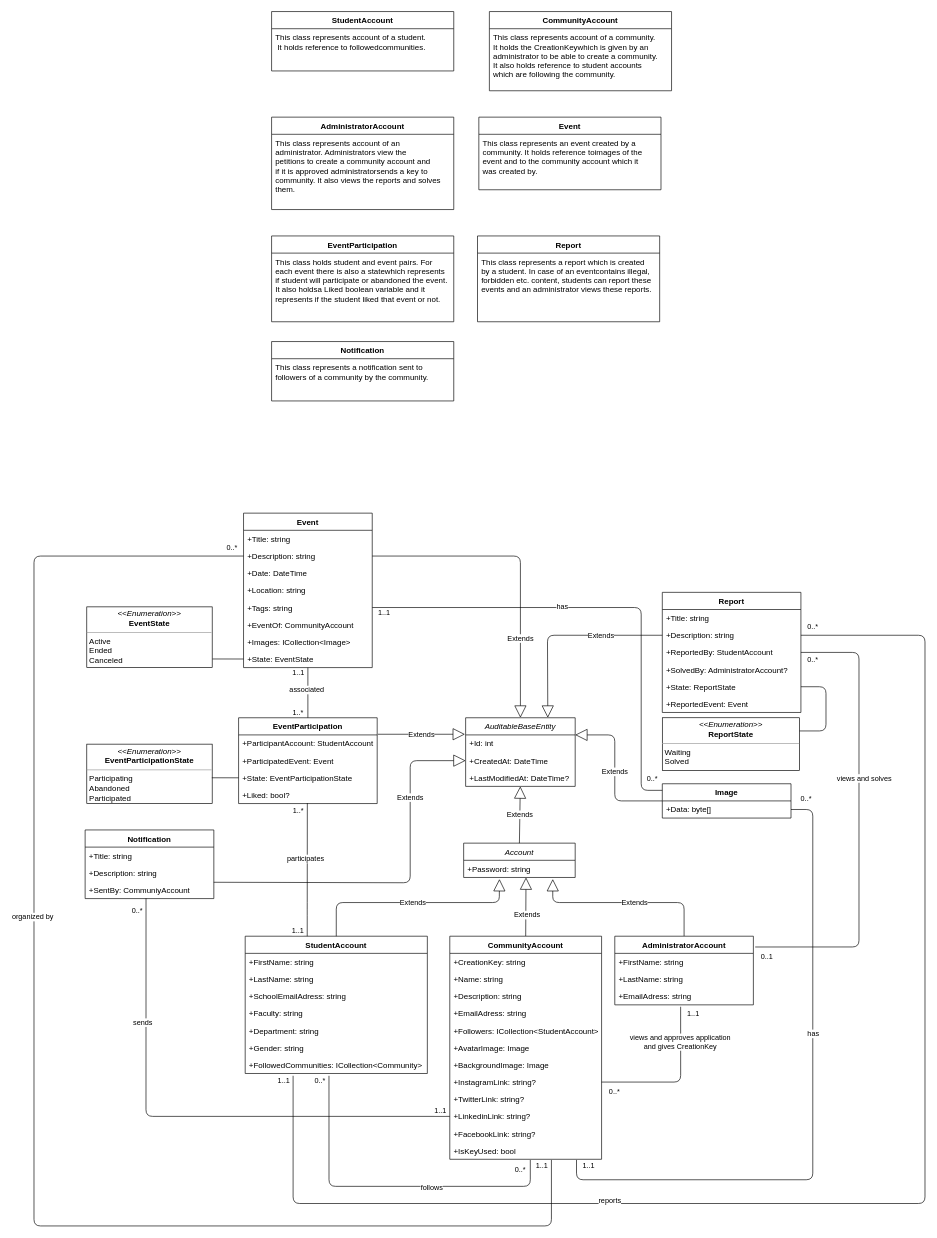
The draw.io diagram class_diagram_section/class_diagram.drawio in MustafaKANLI/BildirWebPublic, before the edit. Source tidied: cells renumbered, new cells numbered last; positions are measured from the earlier drawing's top-left corner, leaving out a move shared by most shapes. Both pictures are drawn from the tidied source at 66%, with x=0, y=0 at pixel (34, 11).
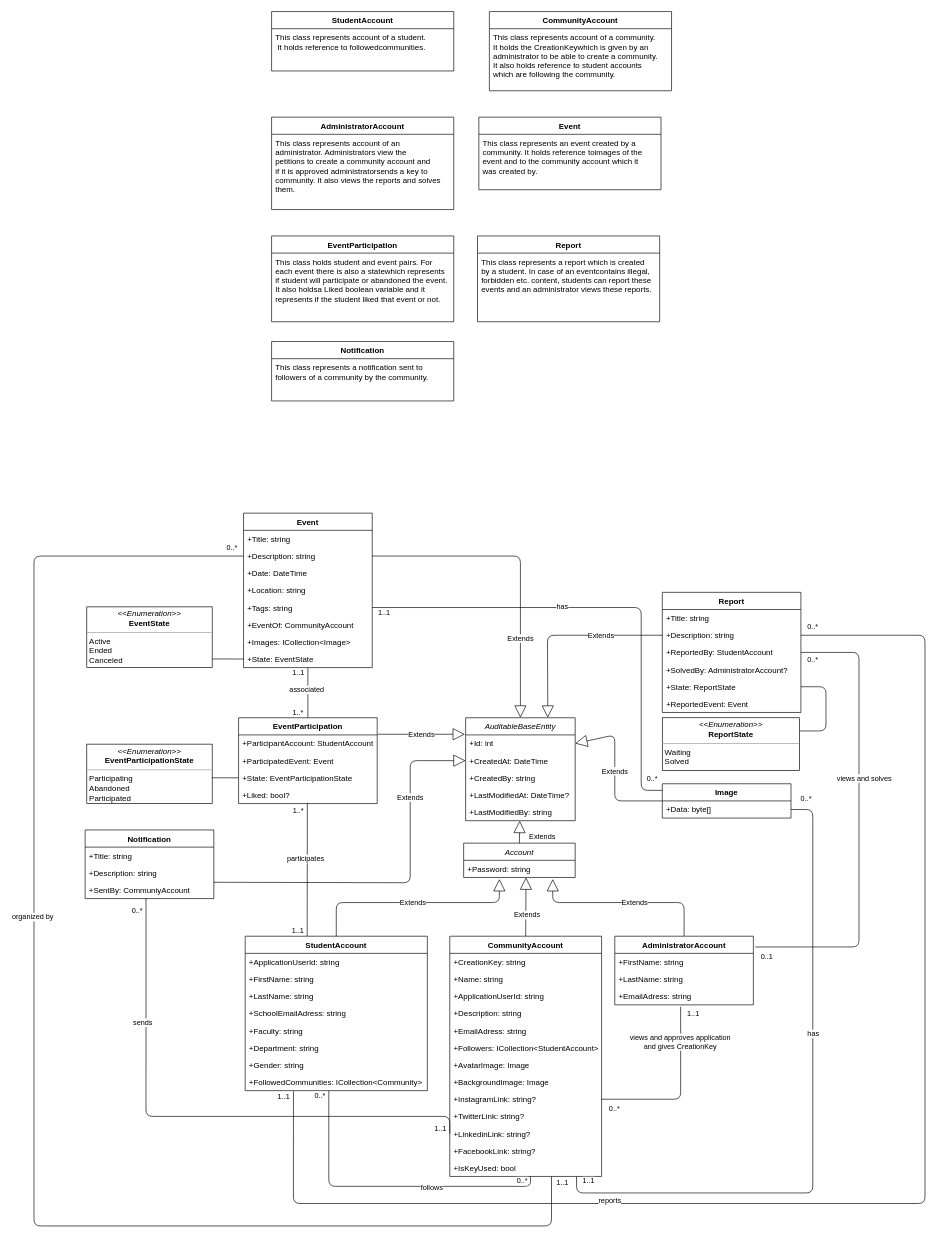
After the change.

Commit message:
Accounts updated, ApplicationUserId added

The change refers to these unchanged cells:
```xml
<mxCell id="6" value="Account" style="swimlane;fontStyle=2;align=center;verticalAlign=top;horizontal=1;startSize=26;" parent="1" vertex="1">
  <mxGeometry x="651" y="1260" width="169" height="52" as="geometry" />
</mxCell>
<mxCell id="23" value="+EmailAdress: string" style="text;strokeColor=none;fillColor=none;align=left;verticalAlign=top;spacingLeft=4;spacingRight=4;overflow=hidden;points=[[0,0.5],[1,0.5]];portConstraint=eastwest;" parent="20" vertex="1">
  <mxGeometry y="78" width="210" height="26" as="geometry" />
</mxCell>
<mxCell id="52" value="+Data: byte[]" style="text;strokeColor=none;fillColor=none;align=left;verticalAlign=top;spacingLeft=4;spacingRight=4;overflow=hidden;points=[[0,0.5],[1,0.5]];portConstraint=eastwest;" parent="51" vertex="1">
  <mxGeometry y="26" width="195" height="26" as="geometry" />
</mxCell>
<mxCell id="59" value="+Description: string" style="text;strokeColor=none;fillColor=none;align=left;verticalAlign=top;spacingLeft=4;spacingRight=4;overflow=hidden;points=[[0,0.5],[1,0.5]];portConstraint=eastwest;" parent="57" vertex="1">
  <mxGeometry y="52" width="195" height="26" as="geometry" />
</mxCell>
<mxCell id="101" value="+Description: string" style="text;strokeColor=none;fillColor=none;align=left;verticalAlign=top;spacingLeft=4;spacingRight=4;overflow=hidden;points=[[0,0.5],[1,0.5]];portConstraint=eastwest;" parent="99" vertex="1">
  <mxGeometry y="52" width="210" height="26" as="geometry" />
</mxCell>
```

Diff of the diagram source:
```diff
@@
     <mxCell id="2" value="AuditableBaseEntity" style="swimlane;fontStyle=2;align=center;verticalAlign=top;horizontal=1;startSize=26;rounded=0;shadow=0;strokeWidth=1;" parent="1" vertex="1">
-      <mxGeometry x="654" y="1070" width="166" height="104" as="geometry" />
+      <mxGeometry x="654" y="1070" width="166" height="156" as="geometry" />
     </mxCell>
@@
+    <mxCell id="129" value="+CreatedBy: string" style="text;align=left;verticalAlign=top;spacingLeft=4;spacingRight=4;overflow=hidden;rounded=0;shadow=0;html=0;" parent="2" vertex="1">
+      <mxGeometry y="78" width="166" height="26" as="geometry" />
+    </mxCell>
     <mxCell id="5" value="+LastModifiedAt: DateTime?" style="text;align=left;verticalAlign=top;spacingLeft=4;spacingRight=4;overflow=hidden;points=[[0,0.5],[1,0.5]];portConstraint=eastwest;rounded=0;shadow=0;html=0;" parent="2" vertex="1">
-      <mxGeometry y="78" width="166" height="26" as="geometry" />
+      <mxGeometry y="104" width="166" height="26" as="geometry" />
     </mxCell>
+    <mxCell id="130" value="+LastModifiedBy: string" style="text;align=left;verticalAlign=top;spacingLeft=4;spacingRight=4;overflow=hidden;points=[[0,0.5],[1,0.5]];portConstraint=eastwest;rounded=0;shadow=0;html=0;" parent="2" vertex="1">
+      <mxGeometry y="130" width="166" height="26" as="geometry" />
+    </mxCell>
@@
-    <mxCell id="8" value="Extends" style="endArrow=block;endSize=16;endFill=0;html=1;exitX=0.5;exitY=0;exitDx=0;exitDy=0;" parent="1" edge="1" source="6" target="5">
-      <mxGeometry relative="1" as="geometry" />
+    <mxCell id="8" value="Extends" style="endArrow=block;endSize=16;endFill=0;html=1;exitX=0.5;exitY=0;exitDx=0;exitDy=0;entryX=0.494;entryY=1.003;entryDx=0;entryDy=0;entryPerimeter=0;" parent="1" edge="1" source="6" target="130">
+      <mxGeometry x="-0.38" y="-34" relative="1" as="geometry" />
     </mxCell>
     <mxCell id="9" value="StudentAccount" style="swimlane;fontStyle=1;align=center;verticalAlign=top;horizontal=1;startSize=26;" parent="1" vertex="1">
-      <mxGeometry x="320" y="1401" width="276" height="208" as="geometry" />
+      <mxGeometry x="320" y="1401" width="276" height="234" as="geometry" />
     </mxCell>
+    <mxCell id="16" value="+ApplicationUserId: string" style="text;strokeColor=none;fillColor=none;align=left;verticalAlign=top;spacingLeft=4;spacingRight=4;overflow=hidden;points=[[0,0.5],[1,0.5]];portConstraint=eastwest;" parent="9" vertex="1">
+      <mxGeometry y="26" width="276" height="26" as="geometry" />
+    </mxCell>
     <mxCell id="10" value="+FirstName: string" style="text;strokeColor=none;fillColor=none;align=left;verticalAlign=top;spacingLeft=4;spacingRight=4;overflow=hidden;" parent="9" vertex="1">
-      <mxGeometry y="26" width="276" height="26" as="geometry" />
+      <mxGeometry y="52" width="276" height="26" as="geometry" />
     </mxCell>
     <mxCell id="11" value="+LastName: string" style="text;strokeColor=none;fillColor=none;align=left;verticalAlign=top;spacingLeft=4;spacingRight=4;overflow=hidden;" parent="9" vertex="1">
-      <mxGeometry y="52" width="276" height="26" as="geometry" />
+      <mxGeometry y="78" width="276" height="26" as="geometry" />
     </mxCell>
     <mxCell id="12" value="+SchoolEmailAdress: string" style="text;strokeColor=none;fillColor=none;align=left;verticalAlign=top;spacingLeft=4;spacingRight=4;overflow=hidden;" parent="9" vertex="1">
-      <mxGeometry y="78" width="276" height="26" as="geometry" />
+      <mxGeometry y="104" width="276" height="26" as="geometry" />
     </mxCell>
     <mxCell id="13" value="+Faculty: string" style="text;strokeColor=none;fillColor=none;align=left;verticalAlign=top;spacingLeft=4;spacingRight=4;overflow=hidden;" parent="9" vertex="1">
-      <mxGeometry y="104" width="276" height="26" as="geometry" />
+      <mxGeometry y="130" width="276" height="26" as="geometry" />
     </mxCell>
     <mxCell id="14" value="+Department: string" style="text;strokeColor=none;fillColor=none;align=left;verticalAlign=top;spacingLeft=4;spacingRight=4;overflow=hidden;" parent="9" vertex="1">
-      <mxGeometry y="130" width="276" height="26" as="geometry" />
+      <mxGeometry y="156" width="276" height="26" as="geometry" />
     </mxCell>
     <mxCell id="15" value="+Gender: string" style="text;strokeColor=none;fillColor=none;align=left;verticalAlign=top;spacingLeft=4;spacingRight=4;overflow=hidden;" parent="9" vertex="1">
-      <mxGeometry y="156" width="276" height="26" as="geometry" />
+      <mxGeometry y="182" width="276" height="26" as="geometry" />
     </mxCell>
-    <mxCell id="16" value="+FollowedCommunities: ICollection&lt;Community&gt;" style="text;strokeColor=none;fillColor=none;align=left;verticalAlign=top;spacingLeft=4;spacingRight=4;overflow=hidden;points=[[0,0.5],[1,0.5]];portConstraint=eastwest;" parent="9" vertex="1">
-      <mxGeometry y="182" width="276" height="26" as="geometry" />
-    </mxCell>
+    <mxCell id="131" value="+FollowedCommunities: ICollection&lt;Community&gt;" style="text;strokeColor=none;fillColor=none;align=left;verticalAlign=top;spacingLeft=4;spacingRight=4;overflow=hidden;points=[[0,0.5],[1,0.5]];portConstraint=eastwest;" parent="9" vertex="1">
+      <mxGeometry y="208" width="276" height="26" as="geometry" />
+    </mxCell>
@@
     <mxCell id="25" value="CommunityAccount" style="swimlane;fontStyle=1;align=center;verticalAlign=top;horizontal=1;startSize=26;" parent="1" vertex="1">
-      <mxGeometry x="630" y="1401" width="230" height="338" as="geometry" />
+      <mxGeometry x="630" y="1401" width="230" height="364" as="geometry" />
     </mxCell>
@@
+    <mxCell id="132" value="+ApplicationUserId: string" style="text;strokeColor=none;fillColor=none;align=left;verticalAlign=top;spacingLeft=4;spacingRight=4;overflow=hidden;" parent="25" vertex="1">
+      <mxGeometry y="78" width="230" height="26" as="geometry" />
+    </mxCell>
     <mxCell id="28" value="+Description: string" style="text;strokeColor=none;fillColor=none;align=left;verticalAlign=top;spacingLeft=4;spacingRight=4;overflow=hidden;" parent="25" vertex="1">
-      <mxGeometry y="78" width="230" height="26" as="geometry" />
+      <mxGeometry y="104" width="230" height="26" as="geometry" />
     </mxCell>
     <mxCell id="29" value="+EmailAdress: string" style="text;strokeColor=none;fillColor=none;align=left;verticalAlign=top;spacingLeft=4;spacingRight=4;overflow=hidden;" parent="25" vertex="1">
-      <mxGeometry y="104" width="230" height="26" as="geometry" />
+      <mxGeometry y="130" width="230" height="26" as="geometry" />
     </mxCell>
     <mxCell id="30" value="+Followers: ICollection&lt;StudentAccount&gt;" style="text;strokeColor=none;fillColor=none;align=left;verticalAlign=top;spacingLeft=4;spacingRight=4;overflow=hidden;" parent="25" vertex="1">
-      <mxGeometry y="130" width="230" height="26" as="geometry" />
+      <mxGeometry y="156" width="230" height="26" as="geometry" />
     </mxCell>
     <mxCell id="31" value="+AvatarImage: Image" style="text;strokeColor=none;fillColor=none;align=left;verticalAlign=top;spacingLeft=4;spacingRight=4;overflow=hidden;" parent="25" vertex="1">
-      <mxGeometry y="156" width="230" height="26" as="geometry" />
+      <mxGeometry y="182" width="230" height="26" as="geometry" />
     </mxCell>
     <mxCell id="32" value="+BackgroundImage: Image" style="text;strokeColor=none;fillColor=none;align=left;verticalAlign=top;spacingLeft=4;spacingRight=4;overflow=hidden;" parent="25" vertex="1">
-      <mxGeometry y="182" width="230" height="26" as="geometry" />
+      <mxGeometry y="208" width="230" height="26" as="geometry" />
     </mxCell>
     <mxCell id="33" value="+InstagramLink: string?" style="text;strokeColor=none;fillColor=none;align=left;verticalAlign=top;spacingLeft=4;spacingRight=4;overflow=hidden;points=[[0,0.5],[1,0.5]];portConstraint=eastwest;" parent="25" vertex="1">
-      <mxGeometry y="208" width="230" height="26" as="geometry" />
+      <mxGeometry y="234" width="230" height="26" as="geometry" />
     </mxCell>
     <mxCell id="34" value="+TwitterLink: string?" style="text;strokeColor=none;fillColor=none;align=left;verticalAlign=top;spacingLeft=4;spacingRight=4;overflow=hidden;" parent="25" vertex="1">
-      <mxGeometry y="234" width="230" height="26" as="geometry" />
+      <mxGeometry y="260" width="230" height="26" as="geometry" />
     </mxCell>
     <mxCell id="35" value="+LinkedinLink: string?" style="text;strokeColor=none;fillColor=none;align=left;verticalAlign=top;spacingLeft=4;spacingRight=4;overflow=hidden;points=[[0,0.5],[1,0.5]];portConstraint=eastwest;" parent="25" vertex="1">
-      <mxGeometry y="260" width="230" height="26" as="geometry" />
+      <mxGeometry y="286" width="230" height="26" as="geometry" />
     </mxCell>
     <mxCell id="36" value="+FacebookLink: string?" style="text;strokeColor=none;fillColor=none;align=left;verticalAlign=top;spacingLeft=4;spacingRight=4;overflow=hidden;" parent="25" vertex="1">
-      <mxGeometry y="286" width="230" height="26" as="geometry" />
+      <mxGeometry y="312" width="230" height="26" as="geometry" />
     </mxCell>
     <mxCell id="37" value="+IsKeyUsed: bool" style="text;strokeColor=none;fillColor=none;align=left;verticalAlign=top;spacingLeft=4;spacingRight=4;overflow=hidden;points=[[0,0.5],[1,0.5]];portConstraint=eastwest;" parent="25" vertex="1">
-      <mxGeometry y="312" width="230" height="26" as="geometry" />
+      <mxGeometry y="338" width="230" height="26" as="geometry" />
     </mxCell>
@@
-    <mxCell id="71" style="endArrow=none;html=1;edgeStyle=orthogonalEdgeStyle;entryX=0.46;entryY=1.133;entryDx=0;entryDy=0;entryPerimeter=0;" parent="1" edge="1" target="16">
+    <mxCell id="71" style="endArrow=none;html=1;edgeStyle=orthogonalEdgeStyle;exitX=0.532;exitY=1.009;exitDx=0;exitDy=0;exitPerimeter=0;entryX=0.459;entryY=1.011;entryDx=0;entryDy=0;entryPerimeter=0;" parent="1" edge="1" source="37" target="131">
       <mxGeometry relative="1" as="geometry">
-        <mxPoint x="752" y="1740" as="sourcePoint" />
         <Array as="points">
           <mxPoint x="752" y="1780" />
           <mxPoint x="447" y="1780" />
         </Array>
       </mxGeometry>
     </mxCell>
     <mxCell id="72" value="0..*" style="edgeLabel;html=1;align=left;verticalAlign=bottom;" parent="71" vertex="1">
       <mxGeometry x="-1" relative="1" as="geometry">
-        <mxPoint x="-25" y="23.4" as="offset" />
+        <mxPoint x="-22.4" y="14.8" as="offset" />
       </mxGeometry>
     </mxCell>
@@
-    <mxCell id="79" style="endArrow=none;html=1;edgeStyle=orthogonalEdgeStyle;exitX=1;exitY=0.5;exitDx=0;exitDy=0;entryX=0.263;entryY=1.133;entryDx=0;entryDy=0;entryPerimeter=0;" parent="1" edge="1" source="101" target="16">
+    <mxCell id="79" style="endArrow=none;html=1;edgeStyle=orthogonalEdgeStyle;exitX=1;exitY=0.5;exitDx=0;exitDy=0;entryX=0.265;entryY=1.036;entryDx=0;entryDy=0;entryPerimeter=0;" parent="1" edge="1" source="101" target="131">
       <mxGeometry relative="1" as="geometry">
         <Array as="points">
           <mxPoint x="1350" y="945" />
           <mxPoint x="1350" y="1806" />
           <mxPoint x="393" y="1806" />
         </Array>
       </mxGeometry>
     </mxCell>
@@
-    <mxCell id="83" style="endArrow=none;html=1;edgeStyle=orthogonalEdgeStyle;exitX=0;exitY=0.5;exitDx=0;exitDy=0;" parent="1" edge="1" source="59">
+    <mxCell id="83" style="endArrow=none;html=1;edgeStyle=orthogonalEdgeStyle;exitX=0;exitY=0.5;exitDx=0;exitDy=0;entryX=0.67;entryY=1.009;entryDx=0;entryDy=0;entryPerimeter=0;" parent="1" edge="1" source="59" target="37">
       <mxGeometry relative="1" as="geometry">
-        <mxPoint x="784" y="1740" as="targetPoint" />
         <Array as="points">
           <mxPoint y="825" />
           <mxPoint y="1840" />
           <mxPoint x="784" y="1840" />
         </Array>
       </mxGeometry>
     </mxCell>
@@
     <mxCell id="85" value="1..1" style="edgeLabel;html=1;align=right;verticalAlign=bottom;" parent="83" vertex="1">
       <mxGeometry x="1" relative="1" as="geometry">
-        <mxPoint x="-5" y="16" as="offset" />
+        <mxPoint x="25.9" y="16" as="offset" />
       </mxGeometry>
     </mxCell>
@@
-    <mxCell id="91" style="endArrow=none;html=1;edgeStyle=orthogonalEdgeStyle;exitX=1;exitY=0.5;exitDx=0;exitDy=0;" parent="1" edge="1" source="52">
+    <mxCell id="91" style="endArrow=none;html=1;edgeStyle=orthogonalEdgeStyle;exitX=1;exitY=0.5;exitDx=0;exitDy=0;entryX=0.835;entryY=1.007;entryDx=0;entryDy=0;entryPerimeter=0;" parent="1" edge="1" source="52" target="37">
       <mxGeometry relative="1" as="geometry">
-        <mxPoint x="822" y="1740" as="targetPoint" />
         <Array as="points">
           <mxPoint x="1180" y="1209" />
-          <mxPoint x="1180" y="1770" />
-          <mxPoint x="822" y="1770" />
+          <mxPoint x="1180" y="1790" />
+          <mxPoint x="822" y="1790" />
         </Array>
       </mxGeometry>
     </mxCell>
@@
     <mxCell id="93" value="1..1" style="edgeLabel;html=1;align=right;verticalAlign=bottom;" parent="91" vertex="1">
       <mxGeometry x="1" relative="1" as="geometry">
-        <mxPoint x="28" y="16" as="offset" />
+        <mxPoint x="28" y="14.6" as="offset" />
       </mxGeometry>
     </mxCell>
@@
     <mxCell id="95" style="endArrow=none;html=1;edgeStyle=orthogonalEdgeStyle;exitX=0.475;exitY=1.11;exitDx=0;exitDy=0;entryX=1;entryY=0.5;entryDx=0;entryDy=0;exitPerimeter=0;" parent="1" edge="1" source="23" target="33">
       <mxGeometry relative="1" as="geometry">
         <Array as="points">
-          <mxPoint x="980" y="1622" />
+          <mxPoint x="980" y="1648" />
         </Array>
       </mxGeometry>
     </mxCell>
```
